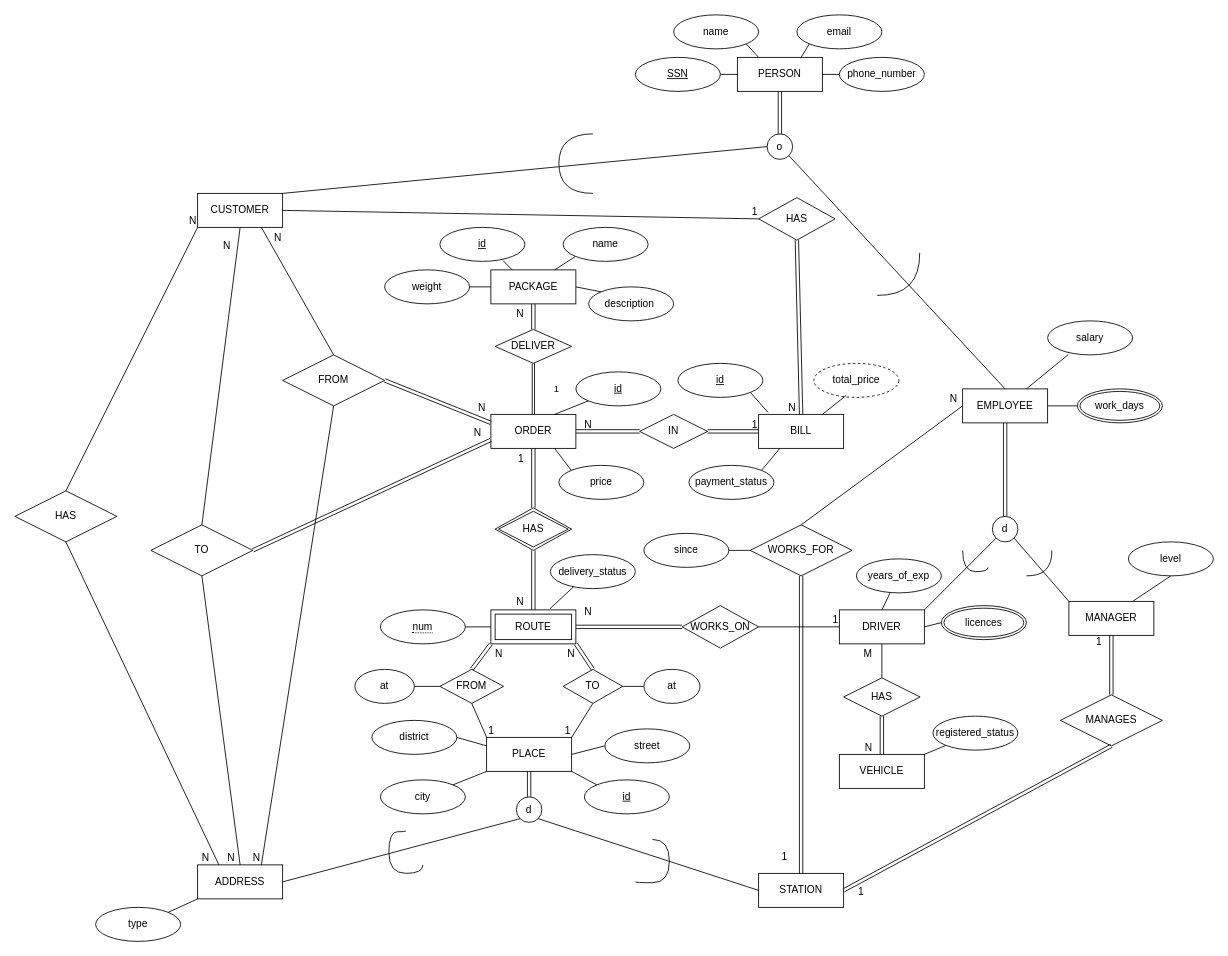
Before: db-assignment.drawio in blueonline07/auth-demo, a draw.io diagram. Source tidied: cells renumbered, new cells numbered last; positions are measured from the earlier drawing's top-left corner, leaving out a move shared by most shapes. Both pictures are drawn from the tidied source at 85%, with x=0, y=0 at pixel (14, 14).
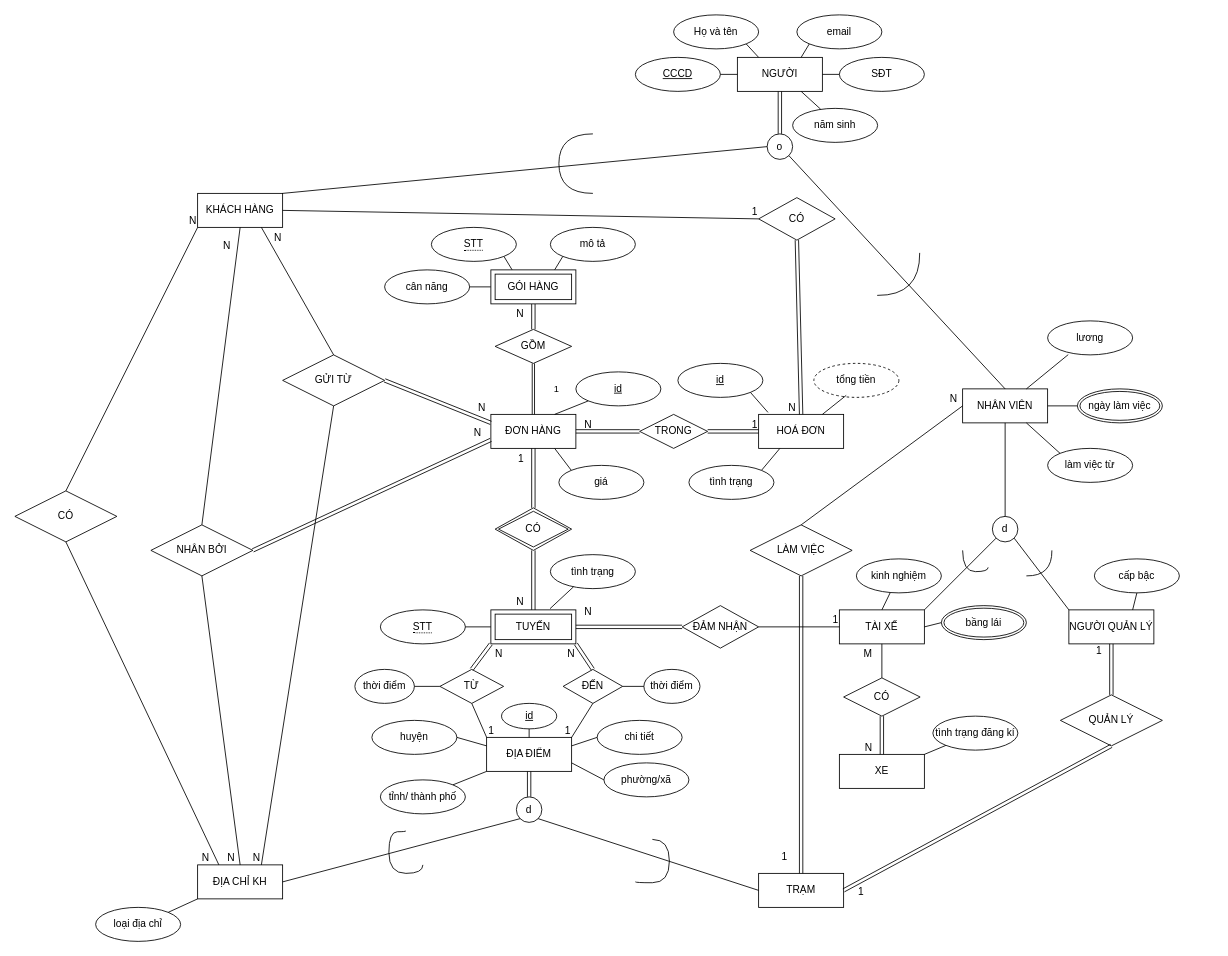
Above is the later version.

The change refers to these unchanged cells:
```xml
<mxCell id="71" value="d" style="ellipse;whiteSpace=wrap;html=1;" parent="1" vertex="1">
  <mxGeometry x="1150" y="590" width="30" height="30" as="geometry" />
</mxCell>
```

Diff of the diagram source:
```diff
@@
-    <mxCell id="2" value="PERSON" style="whiteSpace=wrap;html=1;align=center;" parent="1" vertex="1">
+    <mxCell id="2" value="NGƯỜI" style="whiteSpace=wrap;html=1;align=center;" parent="1" vertex="1">
       <mxGeometry x="850" y="50" width="100" height="40" as="geometry" />
     </mxCell>
-    <mxCell id="3" value="CUSTOMER" style="whiteSpace=wrap;html=1;align=center;" parent="1" vertex="1">
+    <mxCell id="3" value="KHÁCH HÀNG" style="whiteSpace=wrap;html=1;align=center;" parent="1" vertex="1">
       <mxGeometry x="215" y="210" width="100" height="40" as="geometry" />
     </mxCell>
-    <mxCell id="4" value="EMPLOYEE" style="whiteSpace=wrap;html=1;align=center;" parent="1" vertex="1">
+    <mxCell id="4" value="NHÂN VIÊN" style="whiteSpace=wrap;html=1;align=center;" parent="1" vertex="1">
       <mxGeometry x="1115" y="440" width="100" height="40" as="geometry" />
     </mxCell>
-    <mxCell id="5" value="MANAGER" style="whiteSpace=wrap;html=1;align=center;" parent="1" vertex="1">
-      <mxGeometry x="1240" y="690" width="100" height="40" as="geometry" />
+    <mxCell id="5" value="NGƯỜI QUẢN LÝ" style="whiteSpace=wrap;html=1;align=center;" parent="1" vertex="1">
+      <mxGeometry x="1240" y="700" width="100" height="40" as="geometry" />
     </mxCell>
-    <mxCell id="6" value="DRIVER" style="whiteSpace=wrap;html=1;align=center;" parent="1" vertex="1">
+    <mxCell id="6" value="TÀI XẾ" style="whiteSpace=wrap;html=1;align=center;" parent="1" vertex="1">
       <mxGeometry x="970" y="700" width="100" height="40" as="geometry" />
     </mxCell>
-    <mxCell id="7" value="ORDER" style="whiteSpace=wrap;html=1;align=center;" parent="1" vertex="1">
+    <mxCell id="7" value="ĐƠN HÀNG" style="whiteSpace=wrap;html=1;align=center;" parent="1" vertex="1">
       <mxGeometry x="560" y="470" width="100" height="40" as="geometry" />
     </mxCell>
-    <mxCell id="8" value="ROUTE" style="shape=ext;margin=3;double=1;whiteSpace=wrap;html=1;align=center;" parent="1" vertex="1">
+    <mxCell id="8" value="TUYẾN" style="shape=ext;margin=3;double=1;whiteSpace=wrap;html=1;align=center;" parent="1" vertex="1">
       <mxGeometry x="560" y="700" width="100" height="40" as="geometry" />
     </mxCell>
-    <mxCell id="9" value="PACKAGE" style="whiteSpace=wrap;html=1;align=center;" parent="1" vertex="1">
-      <mxGeometry x="560" y="300" width="100" height="40" as="geometry" />
-    </mxCell>
-    <mxCell id="10" value="PLACE" style="whiteSpace=wrap;html=1;align=center;" parent="1" vertex="1">
+    <mxCell id="10" value="ĐỊA ĐIỂM" style="whiteSpace=wrap;html=1;align=center;" parent="1" vertex="1">
       <mxGeometry x="555" y="850" width="100" height="40" as="geometry" />
     </mxCell>
-    <mxCell id="11" value="ADDRESS" style="whiteSpace=wrap;html=1;align=center;" parent="1" vertex="1">
+    <mxCell id="11" value="ĐỊA CHỈ KH" style="whiteSpace=wrap;html=1;align=center;" parent="1" vertex="1">
       <mxGeometry x="215" y="1000" width="100" height="40" as="geometry" />
     </mxCell>
-    <mxCell id="12" value="STATION" style="whiteSpace=wrap;html=1;align=center;" parent="1" vertex="1">
+    <mxCell id="12" value="TRẠM" style="whiteSpace=wrap;html=1;align=center;" parent="1" vertex="1">
       <mxGeometry x="875" y="1010" width="100" height="40" as="geometry" />
     </mxCell>
-    <mxCell id="13" value="BILL" style="whiteSpace=wrap;html=1;align=center;" parent="1" vertex="1">
+    <mxCell id="13" value="HOÁ ĐƠN" style="whiteSpace=wrap;html=1;align=center;" parent="1" vertex="1">
       <mxGeometry x="875" y="470" width="100" height="40" as="geometry" />
     </mxCell>
-    <mxCell id="14" value="VEHICLE" style="whiteSpace=wrap;html=1;align=center;" parent="1" vertex="1">
+    <mxCell id="14" value="XE" style="whiteSpace=wrap;html=1;align=center;" parent="1" vertex="1">
       <mxGeometry x="970" y="870" width="100" height="40" as="geometry" />
     </mxCell>
@@
-    <mxCell id="20" value="FROM" style="shape=rhombus;perimeter=rhombusPerimeter;whiteSpace=wrap;html=1;align=center;" parent="1" vertex="1">
+    <mxCell id="20" value="TỪ" style="shape=rhombus;perimeter=rhombusPerimeter;whiteSpace=wrap;html=1;align=center;" parent="1" vertex="1">
       <mxGeometry x="500" y="770" width="75" height="40" as="geometry" />
     </mxCell>
-    <mxCell id="21" value="TO" style="shape=rhombus;perimeter=rhombusPerimeter;whiteSpace=wrap;html=1;align=center;" parent="1" vertex="1">
+    <mxCell id="21" value="ĐẾN" style="shape=rhombus;perimeter=rhombusPerimeter;whiteSpace=wrap;html=1;align=center;" parent="1" vertex="1">
       <mxGeometry x="645" y="770" width="70" height="40" as="geometry" />
     </mxCell>
@@
-    <mxCell id="30" value="WORKS_FOR" style="shape=rhombus;perimeter=rhombusPerimeter;whiteSpace=wrap;html=1;align=center;" parent="1" vertex="1">
+    <mxCell id="30" value="LÀM VIỆC" style="shape=rhombus;perimeter=rhombusPerimeter;whiteSpace=wrap;html=1;align=center;" parent="1" vertex="1">
       <mxGeometry x="865" y="600" width="120" height="60" as="geometry" />
     </mxCell>
@@
-    <mxCell id="33" value="MANAGES" style="shape=rhombus;perimeter=rhombusPerimeter;whiteSpace=wrap;html=1;align=center;" parent="1" vertex="1">
+    <mxCell id="33" value="QUẢN LÝ" style="shape=rhombus;perimeter=rhombusPerimeter;whiteSpace=wrap;html=1;align=center;" parent="1" vertex="1">
       <mxGeometry x="1230" y="800" width="120" height="60" as="geometry" />
     </mxCell>
@@
-    <mxCell id="38" value="HAS" style="shape=rhombus;perimeter=rhombusPerimeter;whiteSpace=wrap;html=1;align=center;" parent="1" vertex="1">
+    <mxCell id="38" value="CÓ" style="shape=rhombus;perimeter=rhombusPerimeter;whiteSpace=wrap;html=1;align=center;" parent="1" vertex="1">
       <mxGeometry x="875" y="215" width="90" height="50" as="geometry" />
     </mxCell>
@@
-    <mxCell id="43" value="IN" style="shape=rhombus;perimeter=rhombusPerimeter;whiteSpace=wrap;html=1;align=center;" parent="1" vertex="1">
+    <mxCell id="43" value="TRONG" style="shape=rhombus;perimeter=rhombusPerimeter;whiteSpace=wrap;html=1;align=center;" parent="1" vertex="1">
       <mxGeometry x="735" y="470" width="80" height="40" as="geometry" />
     </mxCell>
-    <mxCell id="44" value="HAS" style="shape=rhombus;double=1;perimeter=rhombusPerimeter;whiteSpace=wrap;html=1;align=center;" parent="1" vertex="1">
+    <mxCell id="44" value="CÓ" style="shape=rhombus;double=1;perimeter=rhombusPerimeter;whiteSpace=wrap;html=1;align=center;" parent="1" vertex="1">
       <mxGeometry x="565" y="580" width="90" height="50" as="geometry" />
     </mxCell>
@@
-    <mxCell id="49" value="WORKS_ON" style="shape=rhombus;perimeter=rhombusPerimeter;whiteSpace=wrap;html=1;align=center;" parent="1" vertex="1">
+    <mxCell id="49" value="ĐẢM NHẬN" style="shape=rhombus;perimeter=rhombusPerimeter;whiteSpace=wrap;html=1;align=center;" parent="1" vertex="1">
       <mxGeometry x="785" y="695" width="90" height="50" as="geometry" />
     </mxCell>
@@
-    <mxCell id="54" value="HAS" style="shape=rhombus;perimeter=rhombusPerimeter;whiteSpace=wrap;html=1;align=center;" parent="1" vertex="1">
+    <mxCell id="54" value="CÓ" style="shape=rhombus;perimeter=rhombusPerimeter;whiteSpace=wrap;html=1;align=center;" parent="1" vertex="1">
       <mxGeometry x="975" y="780" width="90" height="45" as="geometry" />
     </mxCell>
@@
-    <mxCell id="59" value="SSN" style="ellipse;whiteSpace=wrap;html=1;align=center;fontStyle=4;" parent="1" vertex="1">
+    <mxCell id="59" value="CCCD" style="ellipse;whiteSpace=wrap;html=1;align=center;fontStyle=4;" parent="1" vertex="1">
       <mxGeometry x="730" y="50" width="100" height="40" as="geometry" />
     </mxCell>
-    <mxCell id="60" value="name" style="ellipse;whiteSpace=wrap;html=1;align=center;" parent="1" vertex="1">
+    <mxCell id="60" value="Họ và tên" style="ellipse;whiteSpace=wrap;html=1;align=center;" parent="1" vertex="1">
       <mxGeometry x="775" width="100" height="40" as="geometry" />
     </mxCell>
-    <mxCell id="61" value="DELIVER" style="shape=rhombus;perimeter=rhombusPerimeter;whiteSpace=wrap;html=1;align=center;" parent="1" vertex="1">
+    <mxCell id="61" value="GỒM" style="shape=rhombus;perimeter=rhombusPerimeter;whiteSpace=wrap;html=1;align=center;" parent="1" vertex="1">
       <mxGeometry x="565" y="370" width="90" height="40" as="geometry" />
     </mxCell>
-    <mxCell id="62" style="shape=link;html=1;rounded=0;entryX=0.5;entryY=0;entryDx=0;entryDy=0;exitX=0.5;exitY=1;exitDx=0;exitDy=0;" parent="1" edge="1" source="9" target="61">
+    <mxCell id="62" style="shape=link;html=1;rounded=0;entryX=0.5;entryY=0;entryDx=0;entryDy=0;exitX=0.5;exitY=1;exitDx=0;exitDy=0;" parent="1" edge="1" source="163" target="61">
       <mxGeometry relative="1" as="geometry" />
     </mxCell>
@@
-    <mxCell id="70" style="shape=link;html=1;rounded=0;exitX=0.5;exitY=0;exitDx=0;exitDy=0;entryX=0.5;entryY=1;entryDx=0;entryDy=0;" parent="1" edge="1" source="71" target="4">
-      <mxGeometry relative="1" as="geometry" />
-    </mxCell>
@@
-    <mxCell id="79" value="phone_number" style="ellipse;whiteSpace=wrap;html=1;align=center;" parent="1" vertex="1">
+    <mxCell id="79" value="SĐT" style="ellipse;whiteSpace=wrap;html=1;align=center;" parent="1" vertex="1">
       <mxGeometry x="970" y="50" width="100" height="40" as="geometry" />
     </mxCell>
@@
-    <mxCell id="84" value="salary" style="ellipse;whiteSpace=wrap;html=1;align=center;" parent="1" vertex="1">
+    <mxCell id="84" value="lương" style="ellipse;whiteSpace=wrap;html=1;align=center;" parent="1" vertex="1">
       <mxGeometry x="1215" y="360" width="100" height="40" as="geometry" />
     </mxCell>
@@
-    <mxCell id="87" value="work_days" style="ellipse;shape=doubleEllipse;margin=3;whiteSpace=wrap;html=1;align=center;" parent="1" vertex="1">
+    <mxCell id="87" value="ngày làm việc" style="ellipse;shape=doubleEllipse;margin=3;whiteSpace=wrap;html=1;align=center;" parent="1" vertex="1">
       <mxGeometry x="1250" y="440" width="100" height="40" as="geometry" />
     </mxCell>
-    <mxCell id="88" value="level" style="ellipse;whiteSpace=wrap;html=1;align=center;" parent="1" vertex="1">
-      <mxGeometry x="1310" y="620" width="100" height="40" as="geometry" />
+    <mxCell id="88" value="cấp bậc" style="ellipse;whiteSpace=wrap;html=1;align=center;" parent="1" vertex="1">
+      <mxGeometry x="1270" y="640" width="100" height="40" as="geometry" />
     </mxCell>
@@
-    <mxCell id="90" value="years_of_exp" style="ellipse;whiteSpace=wrap;html=1;align=center;" parent="1" vertex="1">
+    <mxCell id="90" value="kinh nghiệm" style="ellipse;whiteSpace=wrap;html=1;align=center;" parent="1" vertex="1">
       <mxGeometry x="990" y="640" width="100" height="40" as="geometry" />
     </mxCell>
@@
-    <mxCell id="92" value="licences" style="ellipse;shape=doubleEllipse;margin=3;whiteSpace=wrap;html=1;align=center;" parent="1" vertex="1">
+    <mxCell id="92" value="bầng lái" style="ellipse;shape=doubleEllipse;margin=3;whiteSpace=wrap;html=1;align=center;" parent="1" vertex="1">
       <mxGeometry x="1090" y="695" width="100" height="40" as="geometry" />
     </mxCell>
@@
-    <mxCell id="94" value="type" style="ellipse;whiteSpace=wrap;html=1;align=center;" parent="1" vertex="1">
+    <mxCell id="94" value="loại địa chỉ" style="ellipse;whiteSpace=wrap;html=1;align=center;" parent="1" vertex="1">
       <mxGeometry x="95" y="1050" width="100" height="40" as="geometry" />
     </mxCell>
-    <mxCell id="95" value="registered_status" style="ellipse;whiteSpace=wrap;html=1;align=center;" parent="1" vertex="1">
+    <mxCell id="95" value="tình trạng đăng kí" style="ellipse;whiteSpace=wrap;html=1;align=center;" parent="1" vertex="1">
       <mxGeometry x="1080" y="825" width="100" height="40" as="geometry" />
     </mxCell>
@@
-    <mxCell id="98" value="street" style="ellipse;whiteSpace=wrap;html=1;align=center;" parent="1" vertex="1">
-      <mxGeometry x="694" y="840" width="100" height="40" as="geometry" />
+    <mxCell id="98" value="phường/xã" style="ellipse;whiteSpace=wrap;html=1;align=center;" parent="1" vertex="1">
+      <mxGeometry x="693" y="880" width="100" height="40" as="geometry" />
     </mxCell>
-    <mxCell id="99" value="district" style="ellipse;whiteSpace=wrap;html=1;align=center;" parent="1" vertex="1">
+    <mxCell id="99" value="huyện" style="ellipse;whiteSpace=wrap;html=1;align=center;" parent="1" vertex="1">
       <mxGeometry x="420" y="830" width="100" height="40" as="geometry" />
     </mxCell>
-    <mxCell id="100" value="city" style="ellipse;whiteSpace=wrap;html=1;align=center;" parent="1" vertex="1">
+    <mxCell id="100" value="tỉnh/ thành phố" style="ellipse;whiteSpace=wrap;html=1;align=center;" parent="1" vertex="1">
       <mxGeometry x="430" y="900" width="100" height="40" as="geometry" />
     </mxCell>
@@
-    <mxCell id="103" style="endArrow=none;html=1;rounded=0;entryX=0;entryY=0.5;entryDx=0;entryDy=0;exitX=1;exitY=0.5;exitDx=0;exitDy=0;" parent="1" edge="1" source="10" target="98">
+    <mxCell id="103" style="endArrow=none;html=1;rounded=0;entryX=0;entryY=0.5;entryDx=0;entryDy=0;exitX=1;exitY=0.75;exitDx=0;exitDy=0;" parent="1" edge="1" source="10" target="98">
       <mxGeometry relative="1" as="geometry" />
     </mxCell>
-    <mxCell id="104" value="since" style="ellipse;whiteSpace=wrap;html=1;align=center;" parent="1" vertex="1">
-      <mxGeometry x="740" y="610" width="100" height="40" as="geometry" />
-    </mxCell>
-    <mxCell id="105" style="endArrow=none;html=1;rounded=0;entryX=1;entryY=0.5;entryDx=0;entryDy=0;exitX=0;exitY=0.5;exitDx=0;exitDy=0;" parent="1" edge="1" source="30" target="104">
-      <mxGeometry relative="1" as="geometry" />
-    </mxCell>
@@
-    <mxCell id="108" value="price" style="ellipse;whiteSpace=wrap;html=1;align=center;" parent="1" vertex="1">
+    <mxCell id="108" value="giá" style="ellipse;whiteSpace=wrap;html=1;align=center;" parent="1" vertex="1">
       <mxGeometry x="640" y="530" width="100" height="40" as="geometry" />
     </mxCell>
@@
-    <mxCell id="110" value="total_price" style="ellipse;whiteSpace=wrap;html=1;align=center;dashed=1;" parent="1" vertex="1">
+    <mxCell id="110" value="tổng tiền" style="ellipse;whiteSpace=wrap;html=1;align=center;dashed=1;" parent="1" vertex="1">
       <mxGeometry x="940" y="410" width="100" height="40" as="geometry" />
     </mxCell>
-    <mxCell id="111" value="payment_status" style="ellipse;whiteSpace=wrap;html=1;align=center;" parent="1" vertex="1">
+    <mxCell id="111" value="tình trạng" style="ellipse;whiteSpace=wrap;html=1;align=center;" parent="1" vertex="1">
       <mxGeometry x="793" y="530" width="100" height="40" as="geometry" />
     </mxCell>
@@
-    <mxCell id="118" value="delivery_status" style="ellipse;whiteSpace=wrap;html=1;align=center;" parent="1" vertex="1">
+    <mxCell id="118" value="tình trạng" style="ellipse;whiteSpace=wrap;html=1;align=center;" parent="1" vertex="1">
       <mxGeometry x="630" y="635" width="100" height="40" as="geometry" />
     </mxCell>
@@
-    <mxCell id="120" value="weight" style="ellipse;whiteSpace=wrap;html=1;align=center;" parent="1" vertex="1">
+    <mxCell id="120" value="cân năng" style="ellipse;whiteSpace=wrap;html=1;align=center;" parent="1" vertex="1">
       <mxGeometry x="435" y="300" width="100" height="40" as="geometry" />
     </mxCell>
-    <mxCell id="121" style="endArrow=none;html=1;rounded=0;exitX=1;exitY=0.5;exitDx=0;exitDy=0;entryX=0;entryY=0.5;entryDx=0;entryDy=0;" parent="1" edge="1" source="120" target="9">
+    <mxCell id="121" style="endArrow=none;html=1;rounded=0;exitX=1;exitY=0.5;exitDx=0;exitDy=0;entryX=0;entryY=0.5;entryDx=0;entryDy=0;" parent="1" edge="1" source="120" target="163">
       <mxGeometry relative="1" as="geometry" />
     </mxCell>
-    <mxCell id="122" value="id" style="ellipse;whiteSpace=wrap;html=1;align=center;fontStyle=4;" parent="1" vertex="1">
-      <mxGeometry x="500" y="250" width="100" height="40" as="geometry" />
-    </mxCell>
-    <mxCell id="123" style="endArrow=none;html=1;rounded=0;entryX=0.25;entryY=0;entryDx=0;entryDy=0;exitX=0.743;exitY=0.975;exitDx=0;exitDy=0;exitPerimeter=0;" parent="1" edge="1" source="122" target="9">
+    <mxCell id="123" style="endArrow=none;html=1;rounded=0;entryX=0.25;entryY=0;entryDx=0;entryDy=0;exitX=1;exitY=1;exitDx=0;exitDy=0;" parent="1" edge="1" source="164" target="163">
       <mxGeometry relative="1" as="geometry" />
     </mxCell>
-    <mxCell id="124" value="name" style="ellipse;whiteSpace=wrap;html=1;align=center;" parent="1" vertex="1">
-      <mxGeometry x="645" y="250" width="100" height="40" as="geometry" />
-    </mxCell>
-    <mxCell id="125" style="endArrow=none;html=1;rounded=0;entryX=0.75;entryY=0;entryDx=0;entryDy=0;exitX=0;exitY=1;exitDx=0;exitDy=0;" parent="1" edge="1" source="124" target="9">
-      <mxGeometry relative="1" as="geometry" />
-    </mxCell>
-    <mxCell id="126" value="description&amp;nbsp;" style="ellipse;whiteSpace=wrap;html=1;align=center;" parent="1" vertex="1">
-      <mxGeometry x="675" y="320" width="100" height="40" as="geometry" />
+    <mxCell id="126" value="mô tả" style="ellipse;whiteSpace=wrap;html=1;align=center;" parent="1" vertex="1">
+      <mxGeometry x="630" y="250" width="100" height="40" as="geometry" />
     </mxCell>
-    <mxCell id="127" style="endArrow=none;html=1;rounded=0;exitX=0;exitY=0;exitDx=0;exitDy=0;entryX=1;entryY=0.5;entryDx=0;entryDy=0;" parent="1" edge="1" source="126" target="9">
+    <mxCell id="127" style="endArrow=none;html=1;rounded=0;exitX=0;exitY=1;exitDx=0;exitDy=0;entryX=0.75;entryY=0;entryDx=0;entryDy=0;" parent="1" edge="1" source="126" target="163">
       <mxGeometry relative="1" as="geometry" />
     </mxCell>
-    <mxCell id="128" value="&lt;span style=&quot;border-bottom: 1px dotted&quot;&gt;num&lt;/span&gt;" style="ellipse;whiteSpace=wrap;html=1;align=center;" parent="1" vertex="1">
+    <mxCell id="128" value="&lt;span style=&quot;border-bottom: 1px dotted&quot;&gt;STT&lt;/span&gt;" style="ellipse;whiteSpace=wrap;html=1;align=center;" parent="1" vertex="1">
       <mxGeometry x="430" y="700" width="100" height="40" as="geometry" />
     </mxCell>
@@
-    <mxCell id="130" value="at" style="ellipse;whiteSpace=wrap;html=1;align=center;" parent="1" vertex="1">
+    <mxCell id="130" value="thời điểm" style="ellipse;whiteSpace=wrap;html=1;align=center;" parent="1" vertex="1">
       <mxGeometry x="400" y="770" width="70" height="40" as="geometry" />
     </mxCell>
@@
-    <mxCell id="132" value="at" style="ellipse;whiteSpace=wrap;html=1;align=center;" parent="1" vertex="1">
+    <mxCell id="132" value="thời điểm" style="ellipse;whiteSpace=wrap;html=1;align=center;" parent="1" vertex="1">
       <mxGeometry x="740" y="770" width="66" height="40" as="geometry" />
     </mxCell>
@@
     <mxCell id="134" value="id" style="ellipse;whiteSpace=wrap;html=1;align=center;fontStyle=4;" parent="1" vertex="1">
-      <mxGeometry x="670" y="900" width="100" height="40" as="geometry" />
+      <mxGeometry x="572.5" y="810" width="65" height="30" as="geometry" />
     </mxCell>
-    <mxCell id="135" style="endArrow=none;html=1;rounded=0;entryX=0;entryY=0;entryDx=0;entryDy=0;exitX=1;exitY=1;exitDx=0;exitDy=0;" parent="1" edge="1" source="10" target="134">
+    <mxCell id="135" style="endArrow=none;html=1;rounded=0;entryX=0.5;entryY=1;entryDx=0;entryDy=0;exitX=0.5;exitY=0;exitDx=0;exitDy=0;" parent="1" edge="1" source="10" target="134">
       <mxGeometry relative="1" as="geometry" />
     </mxCell>
-    <mxCell id="136" value="FROM" style="shape=rhombus;perimeter=rhombusPerimeter;whiteSpace=wrap;html=1;align=center;" parent="1" vertex="1">
+    <mxCell id="136" value="GỬI TỪ" style="shape=rhombus;perimeter=rhombusPerimeter;whiteSpace=wrap;html=1;align=center;" parent="1" vertex="1">
       <mxGeometry x="315" y="400" width="120" height="60" as="geometry" />
     </mxCell>
-    <mxCell id="137" value="TO" style="shape=rhombus;perimeter=rhombusPerimeter;whiteSpace=wrap;html=1;align=center;" parent="1" vertex="1">
+    <mxCell id="137" value="NHÂN BỞI" style="shape=rhombus;perimeter=rhombusPerimeter;whiteSpace=wrap;html=1;align=center;" parent="1" vertex="1">
       <mxGeometry x="160" y="600" width="120" height="60" as="geometry" />
     </mxCell>
@@
-    <mxCell id="150" value="HAS" style="shape=rhombus;perimeter=rhombusPerimeter;whiteSpace=wrap;html=1;align=center;" parent="1" vertex="1">
+    <mxCell id="150" value="CÓ" style="shape=rhombus;perimeter=rhombusPerimeter;whiteSpace=wrap;html=1;align=center;" parent="1" vertex="1">
       <mxGeometry y="560" width="120" height="60" as="geometry" />
     </mxCell>
@@
+    <mxCell id="161" value="làm việc từ" style="ellipse;whiteSpace=wrap;html=1;align=center;" parent="1" vertex="1">
+      <mxGeometry x="1215" y="510" width="100" height="40" as="geometry" />
+    </mxCell>
+    <mxCell id="162" style="endArrow=none;html=1;rounded=0;entryX=0;entryY=0;entryDx=0;entryDy=0;exitX=0.75;exitY=1;exitDx=0;exitDy=0;" parent="1" edge="1" source="4" target="161">
+      <mxGeometry relative="1" as="geometry" />
+    </mxCell>
+    <mxCell id="70" style="endArrow=none;html=1;rounded=0;entryX=0.5;entryY=1;entryDx=0;entryDy=0;exitX=0.5;exitY=0;exitDx=0;exitDy=0;" parent="1" edge="1" source="71" target="4">
+      <mxGeometry relative="1" as="geometry" />
+    </mxCell>
+    <mxCell id="163" value="GÓI HÀNG" style="shape=ext;margin=3;double=1;whiteSpace=wrap;html=1;align=center;" parent="1" vertex="1">
+      <mxGeometry x="560" y="300" width="100" height="40" as="geometry" />
+    </mxCell>
+    <mxCell id="164" value="&lt;span style=&quot;border-bottom: 1px dotted&quot;&gt;STT&lt;/span&gt;" style="ellipse;whiteSpace=wrap;html=1;align=center;" parent="1" vertex="1">
+      <mxGeometry x="490" y="250" width="100" height="40" as="geometry" />
+    </mxCell>
+    <mxCell id="165" value="chi tiết" style="ellipse;whiteSpace=wrap;html=1;align=center;" parent="1" vertex="1">
+      <mxGeometry x="685" y="830" width="100" height="40" as="geometry" />
+    </mxCell>
+    <mxCell id="166" style="endArrow=none;html=1;rounded=0;entryX=0;entryY=0.5;entryDx=0;entryDy=0;exitX=1;exitY=0.25;exitDx=0;exitDy=0;" parent="1" edge="1" source="10" target="165">
+      <mxGeometry relative="1" as="geometry" />
+    </mxCell>
+    <mxCell id="167" value="năm sinh" style="ellipse;whiteSpace=wrap;html=1;align=center;" parent="1" vertex="1">
+      <mxGeometry x="915" y="110" width="100" height="40" as="geometry" />
+    </mxCell>
+    <mxCell id="168" style="endArrow=none;html=1;rounded=0;entryX=0.33;entryY=0.025;entryDx=0;entryDy=0;exitX=0.75;exitY=1;exitDx=0;exitDy=0;entryPerimeter=0;" parent="1" edge="1" source="2" target="167">
+      <mxGeometry relative="1" as="geometry" />
+    </mxCell>
```
